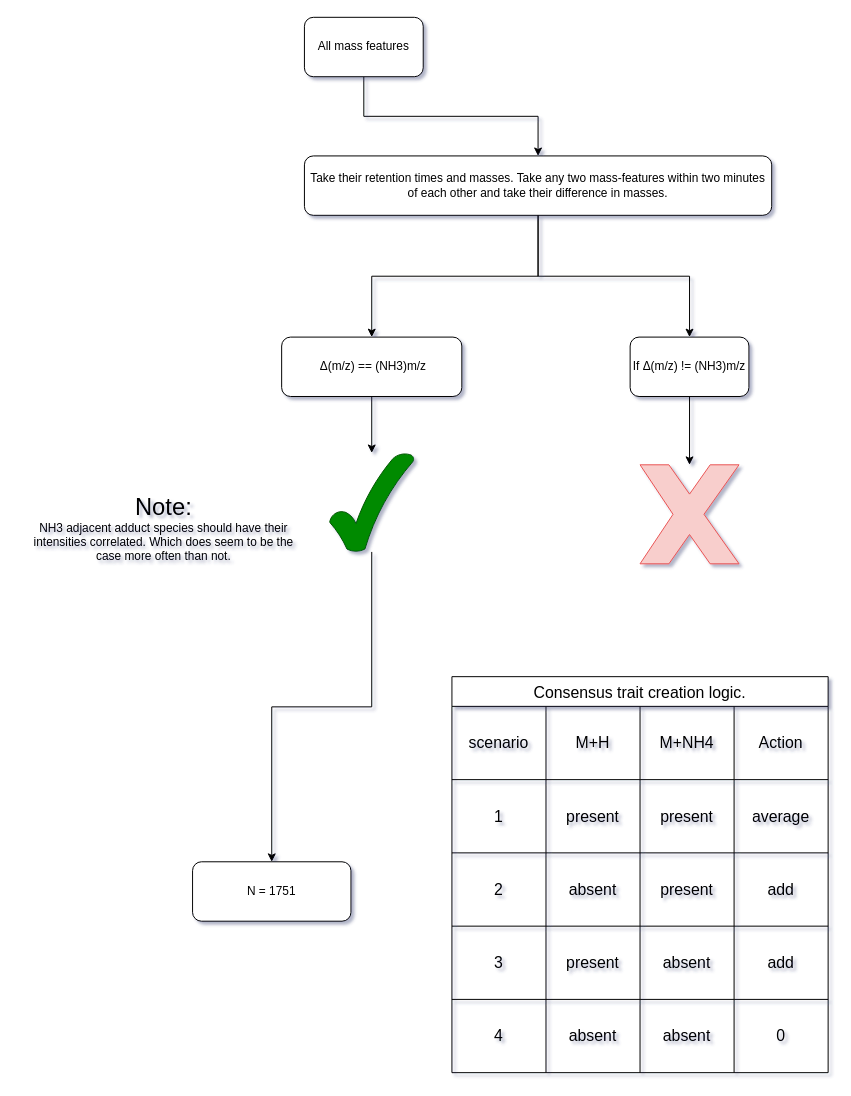
Above: page "Page-1" (1 of 2) of adduct_binning_decision_tree.drawio in RijanHasTwoEars7/draw_io_illustrations (draw.io), before the change. Source tidied: cells renumbered, new cells numbered last; positions are measured from the earlier drawing's top-left corner, leaving out a move shared by most shapes. Both pictures are drawn from the tidied source at 99%, with x=0, y=0 at pixel (19, 17).
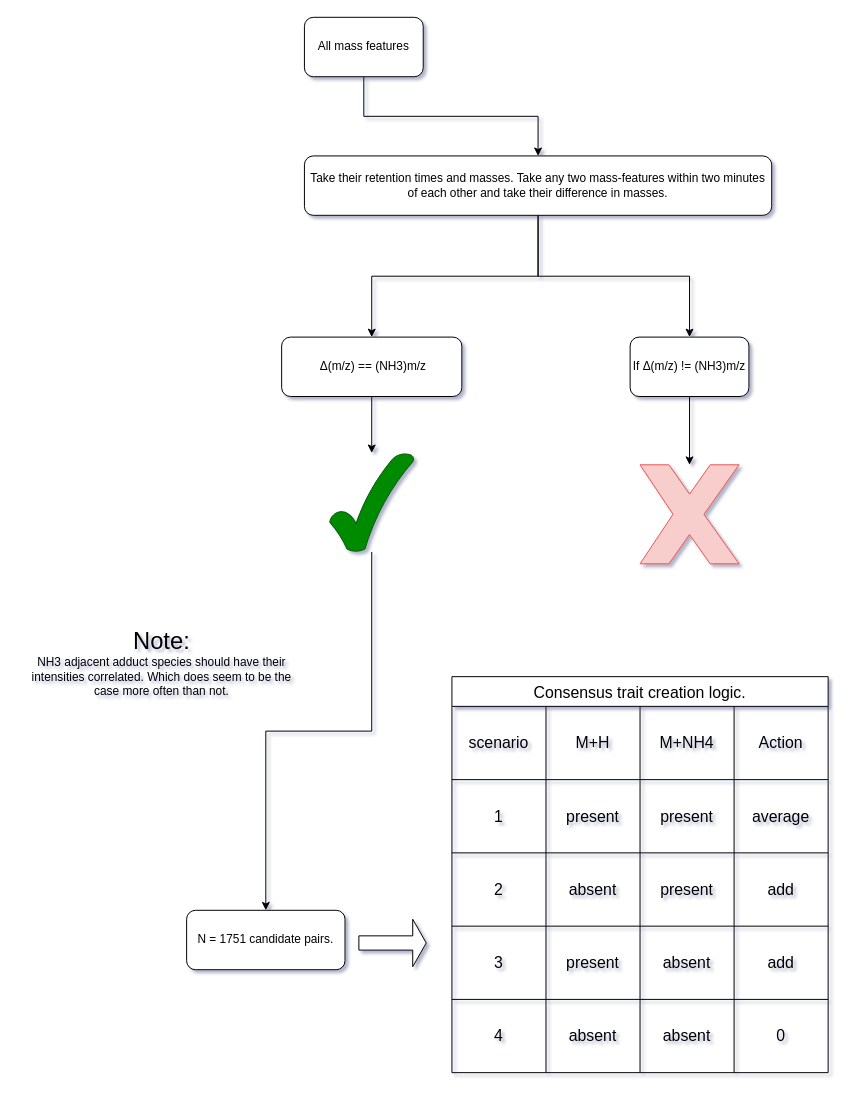
The same diagram, later.

Change to the diagram source:
```diff
@@
-    <mxCell id="2" value="N = 1751" style="rounded=1;whiteSpace=wrap;html=1;" parent="1" vertex="1">
-      <mxGeometry x="175" y="853" width="160" height="60" as="geometry" />
+    <mxCell id="2" value="N = 1751 candidate pairs." style="rounded=1;whiteSpace=wrap;html=1;" parent="1" vertex="1">
+      <mxGeometry x="169" y="902" width="160" height="60" as="geometry" />
     </mxCell>
@@
     <mxCell id="41" value="&lt;div&gt;&lt;font style=&quot;font-size: 24px;&quot;&gt;Note:&lt;/font&gt;&lt;/div&gt;&lt;div&gt;NH3 adjacent adduct species should have their intensities correlated. Which does seem to be the case more often than not.&lt;br&gt;&lt;/div&gt;" style="text;strokeColor=none;align=center;fillColor=none;html=1;verticalAlign=middle;whiteSpace=wrap;rounded=0;" parent="1" vertex="1">
-      <mxGeometry y="477" width="292" height="78" as="geometry" />
+      <mxGeometry x="-2" y="613" width="292" height="78" as="geometry" />
     </mxCell>
+    <mxCell id="42" style="shape=singleArrow;whiteSpace=wrap;html=1;" parent="1" vertex="1">
+      <mxGeometry x="343" y="911" width="68" height="48" as="geometry" />
+    </mxCell>
```
